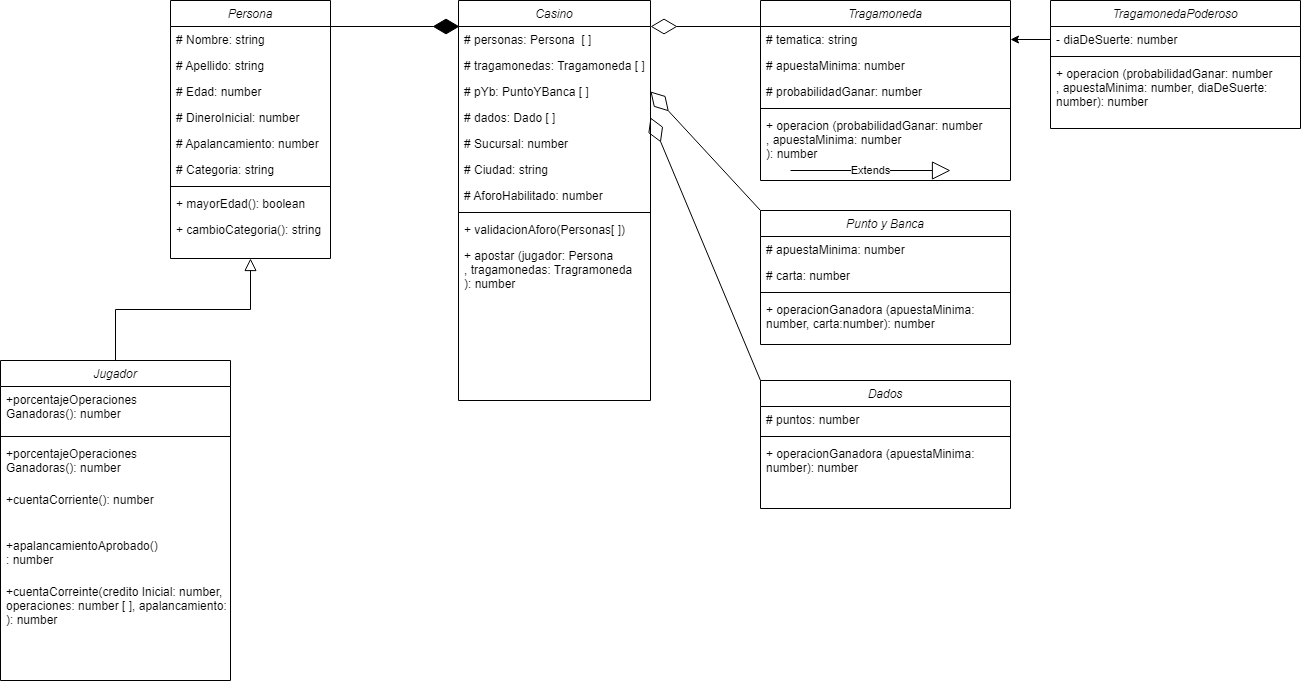
Earlier version of the draw.io export Casino.drawio.png (A90G/Casino-POO). Source tidied: cells renumbered, new cells last; positions are measured from the earlier drawing's top-left corner, leaving out a move shared by most shapes. Source of this version:
```xml
<mxGraphModel>
  <root>
    <mxCell id="0" />
    <mxCell id="1" parent="0" />
    <mxCell id="2" value="Persona" style="swimlane;fontStyle=2;align=center;verticalAlign=top;horizontal=1;startSize=26;rounded=0;shadow=0;strokeWidth=1;" parent="1" vertex="1">
      <mxGeometry x="170" width="160" height="258" as="geometry" />
    </mxCell>
    <mxCell id="3" value="# Nombre: string" style="text;align=left;verticalAlign=top;spacingLeft=4;spacingRight=4;overflow=hidden;" parent="2" vertex="1">
      <mxGeometry y="26" width="160" height="26" as="geometry" />
    </mxCell>
    <mxCell id="4" value="# Apellido: string" style="text;align=left;verticalAlign=top;spacingLeft=4;spacingRight=4;overflow=hidden;rounded=0;shadow=0;html=0;" parent="2" vertex="1">
      <mxGeometry y="52" width="160" height="26" as="geometry" />
    </mxCell>
    <mxCell id="5" value="# Edad: number" style="text;align=left;verticalAlign=top;spacingLeft=4;spacingRight=4;overflow=hidden;rounded=0;shadow=0;html=0;" parent="2" vertex="1">
      <mxGeometry y="78" width="160" height="26" as="geometry" />
    </mxCell>
    <mxCell id="6" value="# DineroInicial: number" style="text;align=left;verticalAlign=top;spacingLeft=4;spacingRight=4;overflow=hidden;rounded=0;shadow=0;html=0;" parent="2" vertex="1">
      <mxGeometry y="104" width="160" height="26" as="geometry" />
    </mxCell>
    <mxCell id="7" value="# Apalancamiento: number" style="text;align=left;verticalAlign=top;spacingLeft=4;spacingRight=4;overflow=hidden;rounded=0;shadow=0;html=0;" parent="2" vertex="1">
      <mxGeometry y="130" width="160" height="26" as="geometry" />
    </mxCell>
    <mxCell id="8" value="# Categoria: string" style="text;align=left;verticalAlign=top;spacingLeft=4;spacingRight=4;overflow=hidden;rounded=0;shadow=0;html=0;" parent="2" vertex="1">
      <mxGeometry y="156" width="160" height="26" as="geometry" />
    </mxCell>
    <mxCell id="9" style="line;html=1;strokeWidth=1;align=left;verticalAlign=middle;spacingTop=-1;spacingLeft=3;spacingRight=3;labelPosition=right;" parent="2" vertex="1">
      <mxGeometry y="182" width="160" height="8" as="geometry" />
    </mxCell>
    <mxCell id="10" value="+ mayorEdad(): boolean" style="text;align=left;verticalAlign=top;spacingLeft=4;spacingRight=4;overflow=hidden;" parent="2" vertex="1">
      <mxGeometry y="190" width="160" height="26" as="geometry" />
    </mxCell>
    <mxCell id="11" value="+ cambioCategoria(): string" style="text;align=left;verticalAlign=top;spacingLeft=4;spacingRight=4;overflow=hidden;" parent="2" vertex="1">
      <mxGeometry y="216" width="160" height="26" as="geometry" />
    </mxCell>
    <mxCell id="12" value="Jugador" style="swimlane;fontStyle=2;align=center;verticalAlign=top;horizontal=1;startSize=26;rounded=0;shadow=0;strokeWidth=1;" parent="1" vertex="1">
      <mxGeometry y="360" width="230" height="320" as="geometry" />
    </mxCell>
    <mxCell id="13" value="+porcentajeOperaciones&#10;Ganadoras(): number" style="text;align=left;verticalAlign=top;spacingLeft=4;spacingRight=4;overflow=hidden;fontStyle=0;" parent="12" vertex="1">
      <mxGeometry y="26" width="230" height="46" as="geometry" />
    </mxCell>
    <mxCell id="14" style="line;html=1;strokeWidth=1;align=left;verticalAlign=middle;spacingTop=-1;spacingLeft=3;spacingRight=3;labelPosition=right;" parent="12" vertex="1">
      <mxGeometry y="72" width="230" height="8" as="geometry" />
    </mxCell>
    <mxCell id="15" value="+porcentajeOperaciones&#10;Ganadoras(): number" style="text;align=left;verticalAlign=top;spacingLeft=4;spacingRight=4;overflow=hidden;fontStyle=0;" parent="12" vertex="1">
      <mxGeometry y="80" width="230" height="46" as="geometry" />
    </mxCell>
    <mxCell id="16" value="+cuentaCorriente(): number" style="text;align=left;verticalAlign=top;spacingLeft=4;spacingRight=4;overflow=hidden;fontStyle=0;" parent="12" vertex="1">
      <mxGeometry y="126" width="230" height="46" as="geometry" />
    </mxCell>
    <mxCell id="17" value="+apalancamientoAprobado()&#10;: number" style="text;align=left;verticalAlign=top;spacingLeft=4;spacingRight=4;overflow=hidden;fontStyle=0;" parent="12" vertex="1">
      <mxGeometry y="172" width="230" height="46" as="geometry" />
    </mxCell>
    <mxCell id="18" value="+cuentaCorreinte(credito Inicial: number,&#10;operaciones: number [ ], apalancamiento: number&#10;): number&#10;" style="text;align=left;verticalAlign=top;spacingLeft=4;spacingRight=4;overflow=hidden;fontStyle=0;" parent="12" vertex="1">
      <mxGeometry y="218" width="230" height="70" as="geometry" />
    </mxCell>
    <mxCell id="19" style="endArrow=block;endSize=10;endFill=0;shadow=0;strokeWidth=1;rounded=0;edgeStyle=elbowEdgeStyle;elbow=vertical;" parent="1" edge="1" source="12" target="2">
      <mxGeometry relative="1" as="geometry" />
    </mxCell>
    <mxCell id="20" value="Casino" style="swimlane;fontStyle=2;align=center;verticalAlign=top;horizontal=1;startSize=26;rounded=0;shadow=0;strokeWidth=1;" parent="1" vertex="1">
      <mxGeometry x="458" width="192" height="400" as="geometry" />
    </mxCell>
    <mxCell id="21" value="# personas: Persona  [ ]" style="text;align=left;verticalAlign=top;spacingLeft=4;spacingRight=4;overflow=hidden;" parent="20" vertex="1">
      <mxGeometry y="26" width="192" height="26" as="geometry" />
    </mxCell>
    <mxCell id="22" value="# tragamonedas: Tragamoneda [ ]" style="text;align=left;verticalAlign=top;spacingLeft=4;spacingRight=4;overflow=hidden;rounded=0;shadow=0;html=0;" parent="20" vertex="1">
      <mxGeometry y="52" width="192" height="26" as="geometry" />
    </mxCell>
    <mxCell id="23" value="# pYb: PuntoYBanca [ ]" style="text;align=left;verticalAlign=top;spacingLeft=4;spacingRight=4;overflow=hidden;points=[[0,0.5],[1,0.5]];portConstraint=eastwest;rounded=0;shadow=0;html=0;" parent="20" vertex="1">
      <mxGeometry y="78" width="192" height="26" as="geometry" />
    </mxCell>
    <mxCell id="24" value="# dados: Dado [ ]" style="text;align=left;verticalAlign=top;spacingLeft=4;spacingRight=4;overflow=hidden;points=[[0,0.5],[1,0.5]];portConstraint=eastwest;rounded=0;shadow=0;html=0;" parent="20" vertex="1">
      <mxGeometry y="104" width="192" height="26" as="geometry" />
    </mxCell>
    <mxCell id="25" value="# Sucursal: number" style="text;align=left;verticalAlign=top;spacingLeft=4;spacingRight=4;overflow=hidden;rounded=0;shadow=0;html=0;" parent="20" vertex="1">
      <mxGeometry y="130" width="192" height="26" as="geometry" />
    </mxCell>
    <mxCell id="26" value="# Ciudad: string" style="text;align=left;verticalAlign=top;spacingLeft=4;spacingRight=4;overflow=hidden;rounded=0;shadow=0;html=0;" parent="20" vertex="1">
      <mxGeometry y="156" width="192" height="26" as="geometry" />
    </mxCell>
    <mxCell id="27" value="# AforoHabilitado: number" style="text;align=left;verticalAlign=top;spacingLeft=4;spacingRight=4;overflow=hidden;rounded=0;shadow=0;html=0;" parent="20" vertex="1">
      <mxGeometry y="182" width="192" height="26" as="geometry" />
    </mxCell>
    <mxCell id="28" style="line;html=1;strokeWidth=1;align=left;verticalAlign=middle;spacingTop=-1;spacingLeft=3;spacingRight=3;labelPosition=right;" parent="20" vertex="1">
      <mxGeometry y="208" width="192" height="8" as="geometry" />
    </mxCell>
    <mxCell id="29" value="+ validacionAforo(Personas[ ])" style="text;align=left;verticalAlign=top;spacingLeft=4;spacingRight=4;overflow=hidden;" parent="20" vertex="1">
      <mxGeometry y="216" width="192" height="26" as="geometry" />
    </mxCell>
    <mxCell id="30" value="+ apostar (jugador: Persona&#10;, tragamonedas: Tragramoneda&#10;): number" style="text;strokeColor=none;fillColor=none;align=left;verticalAlign=top;spacingLeft=4;spacingRight=4;overflow=hidden;" parent="20" vertex="1">
      <mxGeometry y="242" width="192" height="60" as="geometry" />
    </mxCell>
    <mxCell id="31" style="endArrow=diamondThin;endFill=1;endSize=24;html=1;rounded=0;" parent="1" edge="1">
      <mxGeometry relative="1" as="geometry">
        <mxPoint x="299" y="26" as="sourcePoint" />
        <mxPoint x="459" y="26" as="targetPoint" />
      </mxGeometry>
    </mxCell>
    <mxCell id="32" style="endArrow=diamondThin;endFill=0;endSize=24;html=1;rounded=0;entryX=1.021;entryY=0.154;entryDx=0;entryDy=0;entryPerimeter=0;" parent="1" edge="1">
      <mxGeometry relative="1" as="geometry">
        <mxPoint x="766" y="26" as="sourcePoint" />
        <mxPoint x="650" y="26" as="targetPoint" />
      </mxGeometry>
    </mxCell>
    <mxCell id="33" value="Tragamoneda" style="swimlane;fontStyle=2;align=center;verticalAlign=top;horizontal=1;startSize=26;" parent="1" vertex="1">
      <mxGeometry x="760" width="250" height="180" as="geometry" />
    </mxCell>
    <mxCell id="34" value="# tematica: string" style="text;strokeColor=none;fillColor=none;align=left;verticalAlign=top;spacingLeft=4;spacingRight=4;overflow=hidden;points=[[0,0.5],[1,0.5]];portConstraint=eastwest;" parent="33" vertex="1">
      <mxGeometry y="26" width="250" height="26" as="geometry" />
    </mxCell>
    <mxCell id="35" value="# apuestaMinima: number" style="text;strokeColor=none;fillColor=none;align=left;verticalAlign=top;spacingLeft=4;spacingRight=4;overflow=hidden;" parent="33" vertex="1">
      <mxGeometry y="52" width="250" height="26" as="geometry" />
    </mxCell>
    <mxCell id="36" value="# probabilidadGanar: number" style="text;strokeColor=none;fillColor=none;align=left;verticalAlign=top;spacingLeft=4;spacingRight=4;overflow=hidden;" parent="33" vertex="1">
      <mxGeometry y="78" width="250" height="26" as="geometry" />
    </mxCell>
    <mxCell id="37" style="line;strokeWidth=1;fillColor=none;align=left;verticalAlign=middle;spacingTop=-1;spacingLeft=3;spacingRight=3;labelPosition=right;strokeColor=inherit;" parent="33" vertex="1">
      <mxGeometry y="104" width="250" height="8" as="geometry" />
    </mxCell>
    <mxCell id="38" value="+ operacion (probabilidadGanar: number&#10;, apuestaMinima: number&#10;): number" style="text;strokeColor=none;fillColor=none;align=left;verticalAlign=top;spacingLeft=4;spacingRight=4;overflow=hidden;" parent="33" vertex="1">
      <mxGeometry y="112" width="250" height="68" as="geometry" />
    </mxCell>
    <mxCell id="39" value="Punto y Banca" style="swimlane;fontStyle=2;align=center;verticalAlign=top;horizontal=1;startSize=26;" parent="1" vertex="1">
      <mxGeometry x="760" y="210" width="250" height="134" as="geometry" />
    </mxCell>
    <mxCell id="40" value="# apuestaMinima: number" style="text;strokeColor=none;fillColor=none;align=left;verticalAlign=top;spacingLeft=4;spacingRight=4;overflow=hidden;" parent="39" vertex="1">
      <mxGeometry y="26" width="250" height="26" as="geometry" />
    </mxCell>
    <mxCell id="41" value="# carta: number" style="text;strokeColor=none;fillColor=none;align=left;verticalAlign=top;spacingLeft=4;spacingRight=4;overflow=hidden;" parent="39" vertex="1">
      <mxGeometry y="52" width="250" height="26" as="geometry" />
    </mxCell>
    <mxCell id="42" style="line;strokeWidth=1;fillColor=none;align=left;verticalAlign=middle;spacingTop=-1;spacingLeft=3;spacingRight=3;labelPosition=right;strokeColor=inherit;" parent="39" vertex="1">
      <mxGeometry y="78" width="250" height="8" as="geometry" />
    </mxCell>
    <mxCell id="43" value="+ operacionGanadora (apuestaMinima: &#10;number, carta:number): number" style="text;strokeColor=none;fillColor=none;align=left;verticalAlign=top;spacingLeft=4;spacingRight=4;overflow=hidden;" parent="39" vertex="1">
      <mxGeometry y="86" width="250" height="48" as="geometry" />
    </mxCell>
    <mxCell id="44" style="endArrow=diamondThin;endFill=0;endSize=24;html=1;rounded=0;entryX=1;entryY=0.5;entryDx=0;entryDy=0;exitX=0;exitY=0;exitDx=0;exitDy=0;" parent="1" edge="1" source="39" target="23">
      <mxGeometry relative="1" as="geometry" />
    </mxCell>
    <mxCell id="45" value="TragamonedaPoderoso" style="swimlane;fontStyle=2;align=center;verticalAlign=top;horizontal=1;startSize=26;" parent="1" vertex="1">
      <mxGeometry x="1050" width="250" height="128" as="geometry" />
    </mxCell>
    <mxCell id="46" value="- diaDeSuerte: number" style="text;strokeColor=none;fillColor=none;align=left;verticalAlign=top;spacingLeft=4;spacingRight=4;overflow=hidden;" parent="45" vertex="1">
      <mxGeometry y="26" width="250" height="26" as="geometry" />
    </mxCell>
    <mxCell id="47" style="line;strokeWidth=1;fillColor=none;align=left;verticalAlign=middle;spacingTop=-1;spacingLeft=3;spacingRight=3;labelPosition=right;strokeColor=inherit;" parent="45" vertex="1">
      <mxGeometry y="52" width="250" height="8" as="geometry" />
    </mxCell>
    <mxCell id="48" value="+ operacion (probabilidadGanar: number&#10;, apuestaMinima: number, diaDeSuerte:&#10;number): number" style="text;strokeColor=none;fillColor=none;align=left;verticalAlign=top;spacingLeft=4;spacingRight=4;overflow=hidden;" parent="45" vertex="1">
      <mxGeometry y="60" width="250" height="68" as="geometry" />
    </mxCell>
    <mxCell id="49" value="Extends" style="endArrow=block;endSize=16;endFill=0;html=1;rounded=0;" parent="1" edge="1">
      <mxGeometry relative="1" as="geometry">
        <mxPoint x="790" y="170" as="sourcePoint" />
        <mxPoint x="950" y="170" as="targetPoint" />
      </mxGeometry>
    </mxCell>
    <mxCell id="50" style="edgeStyle=orthogonalEdgeStyle;rounded=0;jettySize=auto;html=1;exitX=0;exitY=0.5;exitDx=0;exitDy=0;entryX=1;entryY=0.5;entryDx=0;entryDy=0;" parent="1" edge="1" target="34">
      <mxGeometry relative="1" as="geometry">
        <mxPoint x="1050" y="39" as="sourcePoint" />
      </mxGeometry>
    </mxCell>
    <mxCell id="51" value="Dados" style="swimlane;fontStyle=2;align=center;verticalAlign=top;horizontal=1;startSize=26;" parent="1" vertex="1">
      <mxGeometry x="760" y="380" width="250" height="128" as="geometry" />
    </mxCell>
    <mxCell id="52" value="# puntos: number" style="text;strokeColor=none;fillColor=none;align=left;verticalAlign=top;spacingLeft=4;spacingRight=4;overflow=hidden;" parent="51" vertex="1">
      <mxGeometry y="26" width="250" height="26" as="geometry" />
    </mxCell>
    <mxCell id="53" style="line;strokeWidth=1;fillColor=none;align=left;verticalAlign=middle;spacingTop=-1;spacingLeft=3;spacingRight=3;labelPosition=right;strokeColor=inherit;" parent="51" vertex="1">
      <mxGeometry y="52" width="250" height="8" as="geometry" />
    </mxCell>
    <mxCell id="54" value="+ operacionGanadora (apuestaMinima: &#10;number): number" style="text;strokeColor=none;fillColor=none;align=left;verticalAlign=top;spacingLeft=4;spacingRight=4;overflow=hidden;" parent="51" vertex="1">
      <mxGeometry y="60" width="250" height="68" as="geometry" />
    </mxCell>
    <mxCell id="55" style="endArrow=diamondThin;endFill=0;endSize=24;html=1;rounded=0;exitX=0;exitY=0;exitDx=0;exitDy=0;entryX=1;entryY=0.5;entryDx=0;entryDy=0;" parent="1" edge="1" source="51" target="24">
      <mxGeometry relative="1" as="geometry" />
    </mxCell>
  </root>
</mxGraphModel>
```
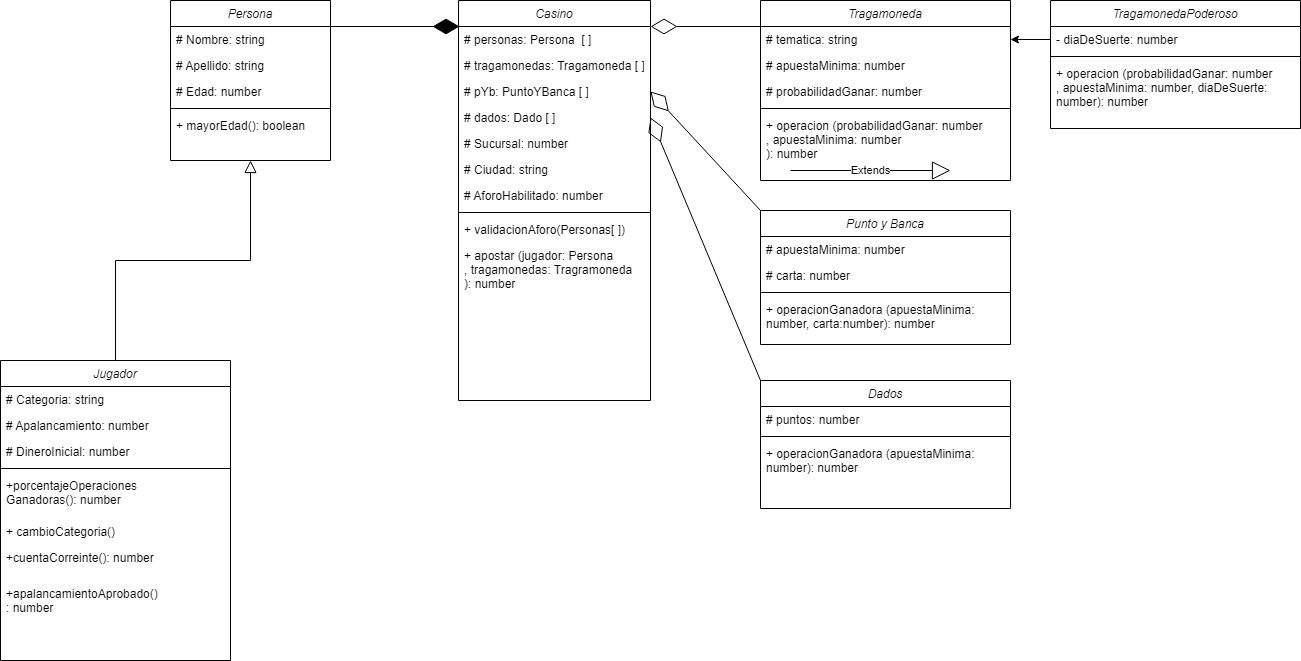
After the commit.

What changed in the source:
```diff
@@ -1,9 +1,9 @@
-<mxGraphModel>
+<mxGraphModel background="#ffffff">
   <root>
     <mxCell id="0" />
     <mxCell id="1" parent="0" />
     <mxCell id="2" value="Persona" style="swimlane;fontStyle=2;align=center;verticalAlign=top;horizontal=1;startSize=26;rounded=0;shadow=0;strokeWidth=1;" parent="1" vertex="1">
-      <mxGeometry x="170" width="160" height="258" as="geometry" />
+      <mxGeometry x="170" width="160" height="160" as="geometry" />
     </mxCell>
     <mxCell id="3" value="# Nombre: string" style="text;align=left;verticalAlign=top;spacingLeft=4;spacingRight=4;overflow=hidden;" parent="2" vertex="1">
       <mxGeometry y="26" width="160" height="26" as="geometry" />
@@ -14,45 +14,39 @@
     <mxCell id="5" value="# Edad: number" style="text;align=left;verticalAlign=top;spacingLeft=4;spacingRight=4;overflow=hidden;rounded=0;shadow=0;html=0;" parent="2" vertex="1">
       <mxGeometry y="78" width="160" height="26" as="geometry" />
     </mxCell>
-    <mxCell id="6" value="# DineroInicial: number" style="text;align=left;verticalAlign=top;spacingLeft=4;spacingRight=4;overflow=hidden;rounded=0;shadow=0;html=0;" parent="2" vertex="1">
-      <mxGeometry y="104" width="160" height="26" as="geometry" />
-    </mxCell>
-    <mxCell id="7" value="# Apalancamiento: number" style="text;align=left;verticalAlign=top;spacingLeft=4;spacingRight=4;overflow=hidden;rounded=0;shadow=0;html=0;" parent="2" vertex="1">
-      <mxGeometry y="130" width="160" height="26" as="geometry" />
-    </mxCell>
-    <mxCell id="8" value="# Categoria: string" style="text;align=left;verticalAlign=top;spacingLeft=4;spacingRight=4;overflow=hidden;rounded=0;shadow=0;html=0;" parent="2" vertex="1">
-      <mxGeometry y="156" width="160" height="26" as="geometry" />
-    </mxCell>
     <mxCell id="9" style="line;html=1;strokeWidth=1;align=left;verticalAlign=middle;spacingTop=-1;spacingLeft=3;spacingRight=3;labelPosition=right;" parent="2" vertex="1">
-      <mxGeometry y="182" width="160" height="8" as="geometry" />
+      <mxGeometry y="104" width="160" height="8" as="geometry" />
     </mxCell>
     <mxCell id="10" value="+ mayorEdad(): boolean" style="text;align=left;verticalAlign=top;spacingLeft=4;spacingRight=4;overflow=hidden;" parent="2" vertex="1">
-      <mxGeometry y="190" width="160" height="26" as="geometry" />
+      <mxGeometry y="112" width="160" height="26" as="geometry" />
     </mxCell>
-    <mxCell id="11" value="+ cambioCategoria(): string" style="text;align=left;verticalAlign=top;spacingLeft=4;spacingRight=4;overflow=hidden;" parent="2" vertex="1">
-      <mxGeometry y="216" width="160" height="26" as="geometry" />
-    </mxCell>
     <mxCell id="12" value="Jugador" style="swimlane;fontStyle=2;align=center;verticalAlign=top;horizontal=1;startSize=26;rounded=0;shadow=0;strokeWidth=1;" parent="1" vertex="1">
-      <mxGeometry y="360" width="230" height="320" as="geometry" />
+      <mxGeometry y="360" width="230" height="300" as="geometry" />
     </mxCell>
-    <mxCell id="13" value="+porcentajeOperaciones&#10;Ganadoras(): number" style="text;align=left;verticalAlign=top;spacingLeft=4;spacingRight=4;overflow=hidden;fontStyle=0;" parent="12" vertex="1">
-      <mxGeometry y="26" width="230" height="46" as="geometry" />
-    </mxCell>
+    <mxCell id="8" value="# Categoria: string" style="text;align=left;verticalAlign=top;spacingLeft=4;spacingRight=4;overflow=hidden;rounded=0;shadow=0;html=0;" parent="12" vertex="1">
+      <mxGeometry y="26" width="230" height="26" as="geometry" />
+    </mxCell>
+    <mxCell id="7" value="# Apalancamiento: number" style="text;align=left;verticalAlign=top;spacingLeft=4;spacingRight=4;overflow=hidden;rounded=0;shadow=0;html=0;" parent="12" vertex="1">
+      <mxGeometry y="52" width="230" height="26" as="geometry" />
+    </mxCell>
+    <mxCell id="6" value="# DineroInicial: number" style="text;align=left;verticalAlign=top;spacingLeft=4;spacingRight=4;overflow=hidden;rounded=0;shadow=0;html=0;" parent="12" vertex="1">
+      <mxGeometry y="78" width="230" height="26" as="geometry" />
+    </mxCell>
     <mxCell id="14" style="line;html=1;strokeWidth=1;align=left;verticalAlign=middle;spacingTop=-1;spacingLeft=3;spacingRight=3;labelPosition=right;" parent="12" vertex="1">
-      <mxGeometry y="72" width="230" height="8" as="geometry" />
+      <mxGeometry y="104" width="230" height="8" as="geometry" />
     </mxCell>
     <mxCell id="15" value="+porcentajeOperaciones&#10;Ganadoras(): number" style="text;align=left;verticalAlign=top;spacingLeft=4;spacingRight=4;overflow=hidden;fontStyle=0;" parent="12" vertex="1">
-      <mxGeometry y="80" width="230" height="46" as="geometry" />
+      <mxGeometry y="112" width="230" height="46" as="geometry" />
     </mxCell>
-    <mxCell id="16" value="+cuentaCorriente(): number" style="text;align=left;verticalAlign=top;spacingLeft=4;spacingRight=4;overflow=hidden;fontStyle=0;" parent="12" vertex="1">
-      <mxGeometry y="126" width="230" height="46" as="geometry" />
-    </mxCell>
+    <mxCell id="11" value="+ cambioCategoria()" style="text;align=left;verticalAlign=top;spacingLeft=4;spacingRight=4;overflow=hidden;" parent="12" vertex="1">
+      <mxGeometry y="158" width="230" height="26" as="geometry" />
+    </mxCell>
+    <mxCell id="18" value="+cuentaCorreinte(): number&#10;" style="text;align=left;verticalAlign=top;spacingLeft=4;spacingRight=4;overflow=hidden;fontStyle=0;" parent="12" vertex="1">
+      <mxGeometry y="184" width="230" height="36" as="geometry" />
+    </mxCell>
     <mxCell id="17" value="+apalancamientoAprobado()&#10;: number" style="text;align=left;verticalAlign=top;spacingLeft=4;spacingRight=4;overflow=hidden;fontStyle=0;" parent="12" vertex="1">
-      <mxGeometry y="172" width="230" height="46" as="geometry" />
+      <mxGeometry y="220" width="230" height="46" as="geometry" />
     </mxCell>
-    <mxCell id="18" value="+cuentaCorreinte(credito Inicial: number,&#10;operaciones: number [ ], apalancamiento: number&#10;): number&#10;" style="text;align=left;verticalAlign=top;spacingLeft=4;spacingRight=4;overflow=hidden;fontStyle=0;" parent="12" vertex="1">
-      <mxGeometry y="218" width="230" height="70" as="geometry" />
-    </mxCell>
     <mxCell id="19" style="endArrow=block;endSize=10;endFill=0;shadow=0;strokeWidth=1;rounded=0;edgeStyle=elbowEdgeStyle;elbow=vertical;" parent="1" edge="1" source="12" target="2">
       <mxGeometry relative="1" as="geometry" />
     </mxCell>
```
